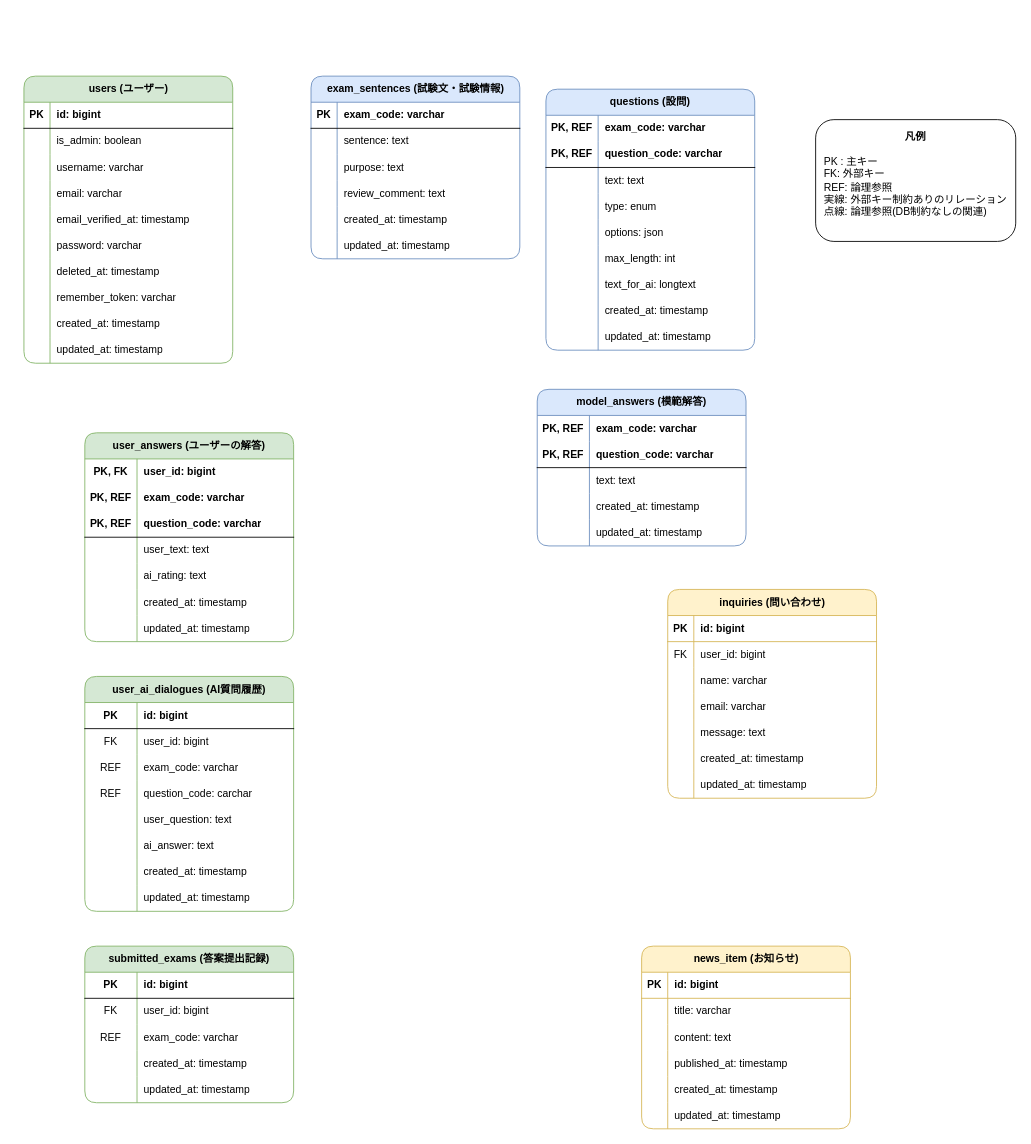
This is docs/er.drawio from progundeike/shienshi-app, a draw.io file, before an edit. Source tidied: cells renumbered, new cells numbered last; positions are measured from the earlier drawing's top-left corner, leaving out a move shared by most shapes. Both pictures are drawn from the tidied source at 87%, with x=0, y=0 at pixel (23, 76).
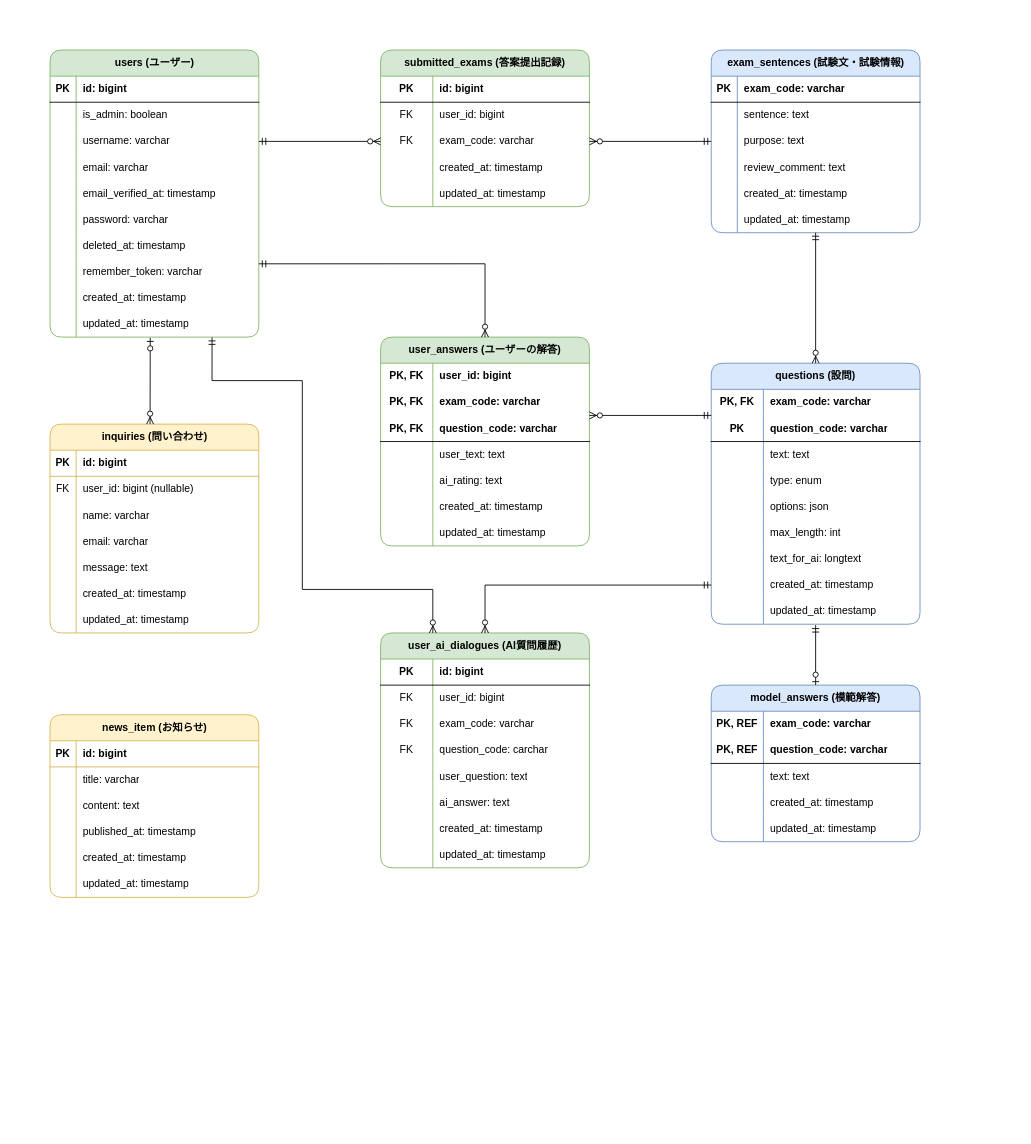
The same page after the edit.

Unchanged cells that the change refers to:
```xml
<mxCell id="9" style="shape=tableRow;horizontal=0;startSize=0;swimlaneHead=0;swimlaneBody=0;fillColor=none;points=[[0,0.5],[1,0.5]];portConstraint=eastwest;top=0;left=0;right=0;bottom=0;" parent="2" vertex="1">
  <mxGeometry y="90" width="240" height="30" as="geometry" />
</mxCell>
<mxCell id="21" style="shape=tableRow;horizontal=0;startSize=0;swimlaneHead=0;swimlaneBody=0;fillColor=none;points=[[0,0.5],[1,0.5]];portConstraint=eastwest;top=0;left=0;right=0;bottom=0;" parent="2" vertex="1">
  <mxGeometry y="210" width="240" height="30" as="geometry" />
</mxCell>
<mxCell id="30" style="shape=tableRow;horizontal=0;startSize=0;swimlaneHead=0;swimlaneBody=0;fillColor=none;points=[[0,0.5],[1,0.5]];portConstraint=eastwest;top=0;left=0;right=0;bottom=0;" parent="2" vertex="1">
  <mxGeometry y="300" width="240" height="30" as="geometry" />
</mxCell>
<mxCell id="37" style="shape=tableRow;horizontal=0;startSize=0;swimlaneHead=0;swimlaneBody=0;fillColor=none;top=0;left=0;right=0;bottom=0;html=1;" parent="33" vertex="1">
  <mxGeometry y="60" width="240" height="30" as="geometry" />
</mxCell>
<mxCell id="40" style="shape=tableRow;horizontal=0;startSize=0;swimlaneHead=0;swimlaneBody=0;fillColor=none;top=0;left=0;right=0;bottom=1;html=1;" parent="33" vertex="1">
  <mxGeometry y="90" width="240" height="30" as="geometry" />
</mxCell>
<mxCell id="62" style="shape=tableRow;horizontal=0;startSize=0;swimlaneHead=0;swimlaneBody=0;fillColor=none;top=0;left=0;right=0;bottom=0;html=1;" parent="55" vertex="1">
  <mxGeometry y="90" width="240" height="30" as="geometry" />
</mxCell>
<mxCell id="65" style="shape=tableRow;horizontal=0;startSize=0;swimlaneHead=0;swimlaneBody=0;fillColor=none;top=0;left=0;right=0;bottom=0;html=1;" parent="55" vertex="1">
  <mxGeometry y="120" width="240" height="30" as="geometry" />
</mxCell>
<mxCell id="87" style="shape=tableRow;horizontal=0;startSize=0;swimlaneHead=0;swimlaneBody=0;fillColor=none;points=[[0,0.5],[1,0.5]];portConstraint=eastwest;top=0;left=0;right=0;bottom=0;html=1;" parent="80" vertex="1">
  <mxGeometry y="90" width="240" height="30" as="geometry" />
</mxCell>
<mxCell id="103" style="shape=tableRow;horizontal=0;startSize=0;swimlaneHead=0;swimlaneBody=0;fillColor=none;points=[[0,0.5],[1,0.5]];portConstraint=eastwest;top=0;left=0;right=0;bottom=0;" parent="96" vertex="1">
  <mxGeometry y="90" width="240" height="30" as="geometry" />
</mxCell>
<mxCell id="116" style="shape=tableRow;horizontal=0;startSize=0;swimlaneHead=0;swimlaneBody=0;fillColor=none;top=0;left=0;right=0;bottom=0;html=1;" parent="115" vertex="1">
  <mxGeometry y="30" width="240" height="30" as="geometry" />
</mxCell>
<mxCell id="119" style="shape=tableRow;horizontal=0;startSize=0;swimlaneHead=0;swimlaneBody=0;fillColor=none;top=0;left=0;right=0;bottom=1;html=1;" parent="115" vertex="1">
  <mxGeometry y="60" width="240" height="30" as="geometry" />
</mxCell>
<mxCell id="137" style="shape=tableRow;horizontal=0;startSize=0;swimlaneHead=0;swimlaneBody=0;fillColor=none;points=[[0,0.5],[1,0.5]];portConstraint=eastwest;top=0;left=0;right=0;bottom=0;html=1;" parent="115" vertex="1">
  <mxGeometry y="240" width="240" height="30" as="geometry" />
</mxCell>
<mxCell id="182" style="shape=tableRow;horizontal=0;startSize=0;swimlaneHead=0;swimlaneBody=0;fillColor=none;top=0;left=0;right=0;bottom=0;" parent="178" vertex="1">
  <mxGeometry y="60" width="240" height="30" as="geometry" />
</mxCell>
```

Change to the diagram source:
```diff
@@
-<mxGraphModel>
+<mxGraphModel background="#ffffff">
@@
     <mxCell id="2" value="users (ユーザー)" style="shape=table;startSize=30;childLayout=tableLayout;rowLines=0;fontStyle=1;align=center;html=1;rounded=1;fillColor=#d5e8d4;strokeColor=#82b366;" parent="1" vertex="1">
-      <mxGeometry width="240" height="330" as="geometry" />
+      <mxGeometry x="30" y="-30" width="240" height="330" as="geometry" />
     </mxCell>
@@
     <mxCell id="33" value="user_answers (ユーザーの解答)" style="shape=table;startSize=30;childLayout=tableLayout;rowLines=0;fontStyle=1;align=center;html=1;whiteSpace=wrap;rounded=1;fillColor=#d5e8d4;strokeColor=#82b366;" parent="1" vertex="1">
-      <mxGeometry x="70" y="410" width="240" height="240" as="geometry" />
+      <mxGeometry x="410" y="300" width="240" height="240" as="geometry" />
     </mxCell>
@@
-    <mxCell id="38" value="PK, REF" style="shape=partialRectangle;fillColor=none;top=0;left=0;bottom=0;right=0;fontStyle=1;overflow=hidden;html=1;whiteSpace=wrap;align=center;" parent="37" vertex="1">
+    <mxCell id="38" value="PK, FK" style="shape=partialRectangle;fillColor=none;top=0;left=0;bottom=0;right=0;fontStyle=1;overflow=hidden;html=1;whiteSpace=wrap;align=center;" parent="37" vertex="1">
       <mxGeometry width="60" height="30" as="geometry" />
     </mxCell>
@@
-    <mxCell id="41" value="PK, REF" style="shape=partialRectangle;fillColor=none;top=0;left=0;bottom=0;right=0;fontStyle=1;overflow=hidden;html=1;whiteSpace=wrap;align=center;" parent="40" vertex="1">
+    <mxCell id="41" value="PK, FK" style="shape=partialRectangle;fillColor=none;top=0;left=0;bottom=0;right=0;fontStyle=1;overflow=hidden;html=1;whiteSpace=wrap;align=center;" parent="40" vertex="1">
       <mxGeometry width="60" height="30" as="geometry" />
     </mxCell>
@@
     <mxCell id="55" value="user_ai_dialogues (AI質問履歴)" style="shape=table;startSize=30;childLayout=tableLayout;rowLines=0;fontStyle=1;align=center;html=1;whiteSpace=wrap;rounded=1;fillColor=#d5e8d4;strokeColor=#82b366;" parent="1" vertex="1">
-      <mxGeometry x="70" y="690" width="240" height="270" as="geometry" />
+      <mxGeometry x="410" y="640" width="240" height="270" as="geometry" />
     </mxCell>
@@
-    <mxCell id="63" value="REF" style="shape=partialRectangle;fillColor=none;top=0;left=0;bottom=0;right=0;overflow=hidden;html=1;whiteSpace=wrap;" parent="62" vertex="1">
+    <mxCell id="63" value="FK" style="shape=partialRectangle;fillColor=none;top=0;left=0;bottom=0;right=0;overflow=hidden;html=1;whiteSpace=wrap;" parent="62" vertex="1">
       <mxGeometry width="60" height="30" as="geometry" />
     </mxCell>
@@
-    <mxCell id="66" value="REF" style="shape=partialRectangle;fillColor=none;top=0;left=0;bottom=0;right=0;overflow=hidden;html=1;whiteSpace=wrap;" parent="65" vertex="1">
+    <mxCell id="66" value="FK" style="shape=partialRectangle;fillColor=none;top=0;left=0;bottom=0;right=0;overflow=hidden;html=1;whiteSpace=wrap;" parent="65" vertex="1">
       <mxGeometry width="60" height="30" as="geometry" />
     </mxCell>
@@
     <mxCell id="80" value="submitted_exams (答案提出記録)" style="shape=table;startSize=30;childLayout=tableLayout;rowLines=0;fontStyle=1;align=center;html=1;whiteSpace=wrap;rounded=1;fillColor=#d5e8d4;strokeColor=#82b366;" parent="1" vertex="1">
-      <mxGeometry x="70" y="1000" width="240" height="180" as="geometry" />
+      <mxGeometry x="410" y="-30" width="240" height="180" as="geometry" />
     </mxCell>
@@
-    <mxCell id="88" value="REF" style="shape=partialRectangle;fillColor=none;top=0;left=0;bottom=0;right=0;overflow=hidden;html=1;whiteSpace=wrap;" parent="87" vertex="1">
+    <mxCell id="88" value="FK" style="shape=partialRectangle;fillColor=none;top=0;left=0;bottom=0;right=0;overflow=hidden;html=1;whiteSpace=wrap;" parent="87" vertex="1">
       <mxGeometry width="60" height="30" as="geometry" />
     </mxCell>
@@
     <mxCell id="96" value="exam_sentences (試験文・試験情報)" style="shape=table;startSize=30;childLayout=tableLayout;rowLines=0;fontStyle=1;align=center;html=1;rounded=1;fillColor=#dae8fc;strokeColor=#6c8ebf;" parent="1" vertex="1">
-      <mxGeometry x="330" width="240" height="210" as="geometry" />
+      <mxGeometry x="790" y="-30" width="240" height="210" as="geometry" />
     </mxCell>
@@
     <mxCell id="115" value="questions (設問)" style="shape=table;startSize=30;childLayout=tableLayout;rowLines=0;fontStyle=1;align=center;html=1;whiteSpace=wrap;rounded=1;fillColor=#dae8fc;strokeColor=#6c8ebf;" parent="1" vertex="1">
-      <mxGeometry x="600" y="15" width="240" height="300" as="geometry" />
+      <mxGeometry x="790" y="330" width="240" height="300" as="geometry" />
     </mxCell>
@@
-    <mxCell id="117" value="PK, REF" style="shape=partialRectangle;fillColor=none;top=0;left=0;bottom=0;right=0;fontStyle=1;overflow=hidden;html=1;whiteSpace=wrap;align=center;" parent="116" vertex="1">
+    <mxCell id="117" value="PK, FK" style="shape=partialRectangle;fillColor=none;top=0;left=0;bottom=0;right=0;fontStyle=1;overflow=hidden;html=1;whiteSpace=wrap;align=center;" parent="116" vertex="1">
       <mxGeometry width="60" height="30" as="geometry" />
     </mxCell>
@@
-    <mxCell id="120" value="PK, REF" style="shape=partialRectangle;fillColor=none;top=0;left=0;bottom=0;right=0;fontStyle=1;overflow=hidden;html=1;whiteSpace=wrap;align=center;" parent="119" vertex="1">
+    <mxCell id="120" value="PK" style="shape=partialRectangle;fillColor=none;top=0;left=0;bottom=0;right=0;fontStyle=1;overflow=hidden;html=1;whiteSpace=wrap;align=center;" parent="119" vertex="1">
       <mxGeometry width="60" height="30" as="geometry" />
     </mxCell>
@@
     <mxCell id="143" value="model_answers (模範解答)" style="shape=table;startSize=30;childLayout=tableLayout;rowLines=0;fontStyle=1;align=center;html=1;whiteSpace=wrap;rounded=1;fillColor=#dae8fc;strokeColor=#6c8ebf;" parent="1" vertex="1">
-      <mxGeometry x="590" y="360" width="240" height="180" as="geometry" />
+      <mxGeometry x="790" y="700" width="240" height="180" as="geometry" />
     </mxCell>
@@
     <mxCell id="159" value="news_item (お知らせ)" style="shape=table;startSize=30;childLayout=tableLayout;rowLines=0;fontStyle=1;align=center;html=1;rounded=1;fillColor=#fff2cc;strokeColor=#D6B656;" parent="1" vertex="1">
-      <mxGeometry x="710" y="1000" width="240" height="210" as="geometry" />
+      <mxGeometry x="30" y="734" width="240" height="210" as="geometry" />
     </mxCell>
@@
     <mxCell id="178" value="inquiries (問い合わせ)" style="shape=table;startSize=30;childLayout=tableLayout;rowLines=0;fontStyle=1;align=center;html=1;rounded=1;fillColor=#fff2cc;strokeColor=#D6B656;" parent="1" vertex="1">
-      <mxGeometry x="740" y="590" width="240" height="240" as="geometry" />
+      <mxGeometry x="30" y="400" width="240" height="240" as="geometry" />
     </mxCell>
@@
-    <mxCell id="184" value="user_id: bigint" style="shape=partialRectangle;fillColor=none;top=0;left=0;bottom=0;right=0;align=left;spacingLeft=6;overflow=hidden;whiteSpace=wrap;html=1;" parent="182" vertex="1">
+    <mxCell id="184" value="user_id: bigint (nullable)" style="shape=partialRectangle;fillColor=none;top=0;left=0;bottom=0;right=0;align=left;spacingLeft=6;overflow=hidden;whiteSpace=wrap;html=1;" parent="182" vertex="1">
       <mxGeometry x="30" width="210" height="30" as="geometry" />
     </mxCell>
@@
-    <mxCell id="200" value="&lt;b&gt;凡例&lt;/b&gt;&lt;div&gt;&lt;br&gt;&lt;/div&gt;&lt;div style=&quot;text-align: left;&quot;&gt;PK : 主キー&lt;/div&gt;&lt;div style=&quot;text-align: left;&quot;&gt;FK: 外部キー&lt;/div&gt;&lt;div style=&quot;text-align: left;&quot;&gt;REF: 論理参照&lt;/div&gt;&lt;div style=&quot;text-align: left;&quot;&gt;実線: 外部キー制約ありのリレーション&lt;/div&gt;&lt;div style=&quot;text-align: left;&quot;&gt;点線: 論理参照(DB制約なしの関連)&amp;nbsp;&lt;/div&gt;&lt;div style=&quot;text-align: left;&quot;&gt;&lt;br&gt;&lt;/div&gt;" style="rounded=1;whiteSpace=wrap;html=1;" parent="1" vertex="1">
-      <mxGeometry x="910" y="50" width="230" height="140" as="geometry" />
-    </mxCell>
+    <mxCell id="201" style="fontSize=12;html=1;endArrow=ERzeroToMany;startArrow=ERmandOne;exitX=0.5;exitY=1;exitDx=0;exitDy=0;entryX=0.5;entryY=0;entryDx=0;entryDy=0;" parent="1" edge="1" source="96" target="115">
+      <mxGeometry relative="1" as="geometry" />
+    </mxCell>
+    <mxCell id="202" style="fontSize=12;html=1;endArrow=ERzeroToOne;startArrow=ERmandOne;entryX=0.5;entryY=0;entryDx=0;entryDy=0;" parent="1" edge="1" target="143">
+      <mxGeometry relative="1" as="geometry">
+        <mxPoint x="910" y="631" as="sourcePoint" />
+      </mxGeometry>
+    </mxCell>
+    <mxCell id="203" style="fontSize=12;html=1;endArrow=ERzeroToMany;startArrow=ERmandOne;exitX=1;exitY=0.5;exitDx=0;exitDy=0;entryX=0;entryY=0.5;entryDx=0;entryDy=0;" parent="1" edge="1" source="9" target="87">
+      <mxGeometry relative="1" as="geometry" />
+    </mxCell>
+    <mxCell id="204" style="fontSize=12;html=1;endArrow=ERzeroToMany;startArrow=ERmandOne;exitX=1;exitY=1.191;exitDx=0;exitDy=0;entryX=0.5;entryY=0;entryDx=0;entryDy=0;edgeStyle=orthogonalEdgeStyle;rounded=0;curved=0;exitPerimeter=0;" parent="1" edge="1" source="21" target="33">
+      <mxGeometry relative="1" as="geometry" />
+    </mxCell>
+    <mxCell id="205" style="fontSize=12;html=1;endArrow=ERzeroToMany;startArrow=ERmandOne;exitX=0;exitY=0.5;exitDx=0;exitDy=0;entryX=1;entryY=0.5;entryDx=0;entryDy=0;" parent="1" edge="1" source="103" target="87">
+      <mxGeometry relative="1" as="geometry" />
+    </mxCell>
+    <mxCell id="206" style="fontSize=12;html=1;endArrow=ERzeroToMany;startArrow=ERmandOne;exitX=0;exitY=0.5;exitDx=0;exitDy=0;entryX=1;entryY=0.5;entryDx=0;entryDy=0;" parent="1" edge="1">
+      <mxGeometry relative="1" as="geometry">
+        <mxPoint x="790" y="390" as="sourcePoint" />
+        <mxPoint x="650" y="390" as="targetPoint" />
+      </mxGeometry>
+    </mxCell>
+    <mxCell id="207" style="fontSize=12;html=1;endArrow=ERzeroToMany;startArrow=ERmandOne;exitX=0;exitY=0.5;exitDx=0;exitDy=0;entryX=0.5;entryY=0;entryDx=0;entryDy=0;strokeColor=default;edgeStyle=orthogonalEdgeStyle;rounded=0;curved=0;" parent="1" edge="1" source="137" target="55">
+      <mxGeometry relative="1" as="geometry" />
+    </mxCell>
+    <mxCell id="208" style="fontSize=12;html=1;endArrow=ERzeroToMany;startArrow=ERmandOne;exitX=0.776;exitY=1.011;exitDx=0;exitDy=0;entryX=0.25;entryY=0;entryDx=0;entryDy=0;strokeColor=default;edgeStyle=orthogonalEdgeStyle;rounded=0;curved=0;exitPerimeter=0;" parent="1" edge="1" source="30" target="55">
+      <mxGeometry relative="1" as="geometry">
+        <Array as="points">
+          <mxPoint x="216" y="350" />
+          <mxPoint x="320" y="350" />
+          <mxPoint x="320" y="590" />
+          <mxPoint x="470" y="590" />
+        </Array>
+      </mxGeometry>
+    </mxCell>
+    <mxCell id="209" style="fontSize=12;html=1;endArrow=ERzeroToMany;startArrow=ERzeroToOne;exitX=0.48;exitY=1.031;exitDx=0;exitDy=0;exitPerimeter=0;strokeColor=default;" parent="1" edge="1" source="30">
+      <mxGeometry relative="1" as="geometry">
+        <mxPoint x="145" y="400" as="targetPoint" />
+      </mxGeometry>
+    </mxCell>
+    <mxCell id="210" style="rounded=0;whiteSpace=wrap;html=1;strokeColor=none;" parent="1" vertex="1">
+      <mxGeometry x="-10" y="-70" width="40" height="40" as="geometry" />
+    </mxCell>
+    <mxCell id="211" style="rounded=0;whiteSpace=wrap;html=1;strokeColor=none;" parent="1" vertex="1">
+      <mxGeometry x="1030" y="960" width="40" height="40" as="geometry" />
+    </mxCell>
```
